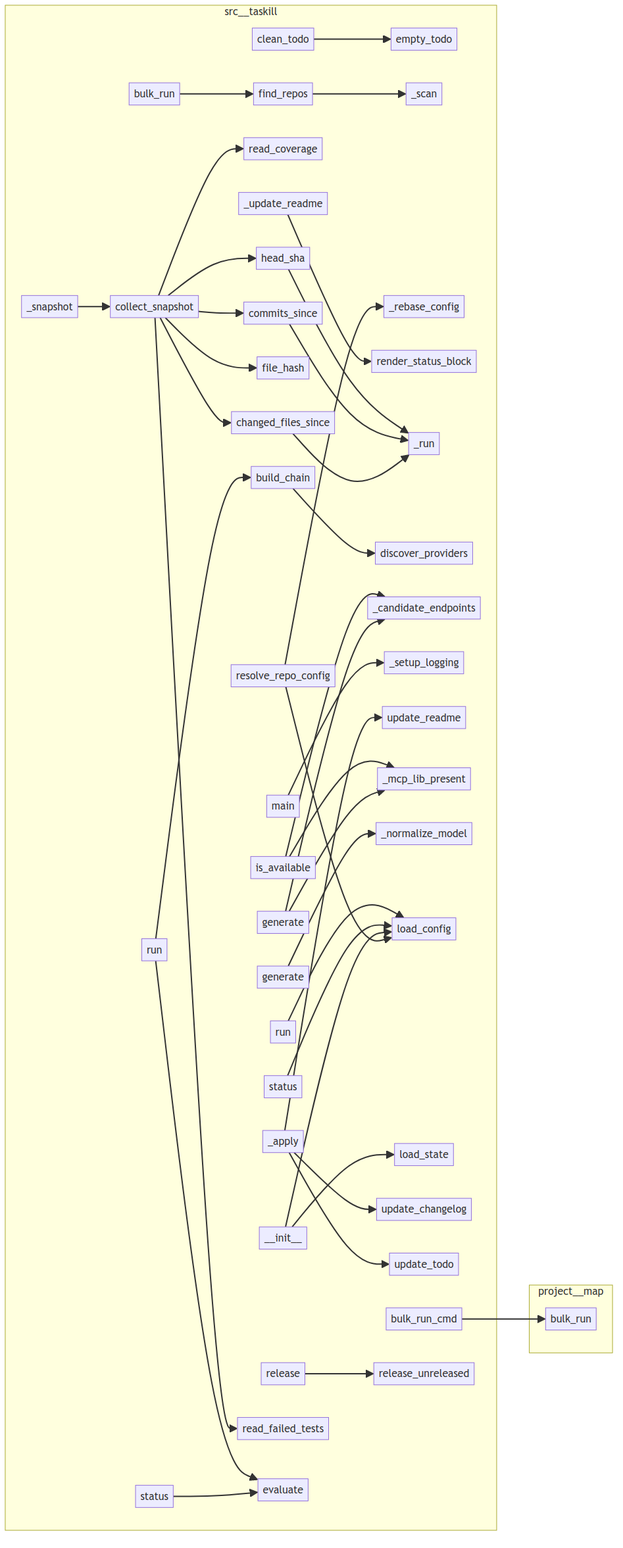
Earlier version of the Mermaid export project/calls.png (semcod/taskill). Its source is kept beside it as project/calls.mmd.
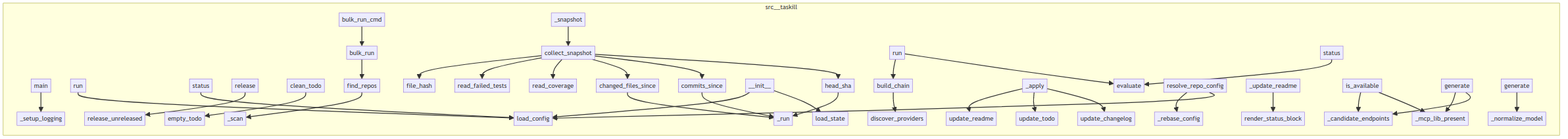
Later version of the same file.

The edit, as a diff of the source:
```diff
@@ -1,57 +1,54 @@
 flowchart LR
-    subgraph project__map
-        project__map__toon__bulk_run["bulk_run"]
-    end
     subgraph src__taskill
-        src__taskill__updaters__todo__empty_todo["empty_todo"]
+        src__taskill__updaters__todo__update_todo["update_todo"]
+        src__taskill__core__Taskill____init__["__init__"]
+        src__taskill__bulk__resolve_repo_config["resolve_repo_config"]
+        src__taskill__updaters__readme__update_readme["update_readme"]
+        src__taskill__providers__windsurf_mcp___candidate_endpoints["_candidate_endpoints"]
+        src__taskill__core__Taskill___apply["_apply"]
+        src__taskill__providers__openrouter__OpenRouterProvider__generate["generate"]
+        src__taskill__bulk__find_repos["find_repos"]
         src__taskill__bulk___scan["_scan"]
+        src__taskill__git_state__head_sha["head_sha"]
+        src__taskill__cli__clean_todo["clean_todo"]
+        src__taskill__cli__run["run"]
+        src__taskill__core__Taskill__run["run"]
+        src__taskill__providers__windsurf_mcp___mcp_lib_present["_mcp_lib_present"]
+        src__taskill__git_state___run["_run"]
+        src__taskill__updaters__readme__ReadmeUpdater___update_readme["_update_readme"]
+        src__taskill__triggers__evaluate["evaluate"]
+        src__taskill__updaters__readme__render_status_block["render_status_block"]
+        src__taskill__bulk__bulk_run["bulk_run"]
         src__taskill__cli__release["release"]
         src__taskill__bulk___rebase_config["_rebase_config"]
-        src__taskill__updaters__readme__render_status_block["render_status_block"]
-        src__taskill__bulk__resolve_repo_config["resolve_repo_config"]
+        src__taskill__updaters__changelog__update_changelog["update_changelog"]
+        src__taskill__providers__windsurf_mcp__WindsurfMcpProvider__generate["generate"]
+        src__taskill__providers__discover_providers["discover_providers"]
+        src__taskill__cli__bulk_run_cmd["bulk_run_cmd"]
+        src__taskill__cli___setup_logging["_setup_logging"]
+        src__taskill__cli__main["main"]
+        src__taskill__providers__openrouter___normalize_model["_normalize_model"]
         src__taskill__git_state__read_coverage["read_coverage"]
-        src__taskill__core__Taskill___apply["_apply"]
+        src__taskill__config__load_config["load_config"]
+        src__taskill__git_state__collect_snapshot["collect_snapshot"]
+        src__taskill__providers__build_chain["build_chain"]
+        src__taskill__git_state__changed_files_since["changed_files_since"]
         src__taskill__git_state__commits_since["commits_since"]
-        src__taskill__updaters__readme__ReadmeUpdater___update_readme["_update_readme"]
+        src__taskill__core__Taskill___snapshot["_snapshot"]
+        src__taskill__core__Taskill__status["status"]
+        src__taskill__git_state__read_failed_tests["read_failed_tests"]
         src__taskill__git_state__file_hash["file_hash"]
-        src__taskill__git_state___run["_run"]
-        src__taskill__bulk__bulk_run["bulk_run"]
-        src__taskill__providers__discover_providers["discover_providers"]
-        src__taskill__core__Taskill__status["status"]
-        src__taskill__providers__windsurf_mcp___candidate_endpoints["_candidate_endpoints"]
-        src__taskill__cli___setup_logging["_setup_logging"]
-        src__taskill__providers__windsurf_mcp__WindsurfMcpProvider__generate["generate"]
-        src__taskill__git_state__collect_snapshot["collect_snapshot"]
-        src__taskill__core__Taskill__run["run"]
+        src__taskill__state__load_state["load_state"]
+        src__taskill__updaters__todo__empty_todo["empty_todo"]
+        src__taskill__providers__windsurf_mcp__WindsurfMcpProvider__is_available["is_available"]
+        src__taskill__updaters__changelog__release_unreleased["release_unreleased"]
         src__taskill__cli__status["status"]
-        src__taskill__git_state__changed_files_since["changed_files_since"]
-        src__taskill__updaters__readme__update_readme["update_readme"]
-        src__taskill__providers__windsurf_mcp___mcp_lib_present["_mcp_lib_present"]
-        src__taskill__providers__openrouter___normalize_model["_normalize_model"]
-        src__taskill__cli__clean_todo["clean_todo"]
-        src__taskill__bulk__find_repos["find_repos"]
-        src__taskill__cli__main["main"]
-        src__taskill__providers__openrouter__OpenRouterProvider__generate["generate"]
-        src__taskill__config__load_config["load_config"]
-        src__taskill__core__Taskill____init__["__init__"]
-        src__taskill__providers__build_chain["build_chain"]
-        src__taskill__state__load_state["load_state"]
-        src__taskill__updaters__changelog__update_changelog["update_changelog"]
-        src__taskill__providers__windsurf_mcp__WindsurfMcpProvider__is_available["is_available"]
-        src__taskill__cli__run["run"]
-        src__taskill__git_state__head_sha["head_sha"]
-        src__taskill__git_state__read_failed_tests["read_failed_tests"]
-        src__taskill__triggers__evaluate["evaluate"]
-        src__taskill__updaters__todo__update_todo["update_todo"]
-        src__taskill__core__Taskill___snapshot["_snapshot"]
-        src__taskill__cli__bulk_run_cmd["bulk_run_cmd"]
-        src__taskill__updaters__changelog__release_unreleased["release_unreleased"]
     end
     src__taskill__cli__main --> src__taskill__cli___setup_logging
     src__taskill__cli__run --> src__taskill__config__load_config
     src__taskill__cli__status --> src__taskill__config__load_config
     src__taskill__cli__release --> src__taskill__updaters__changelog__release_unreleased
-    src__taskill__cli__bulk_run_cmd --> project__map__toon__bulk_run
+    src__taskill__cli__bulk_run_cmd --> src__taskill__bulk__bulk_run
     src__taskill__cli__clean_todo --> src__taskill__updaters__todo__empty_todo
     src__taskill__git_state__head_sha --> src__taskill__git_state___run
     src__taskill__git_state__commits_since --> src__taskill__git_state___run
@@ -71,6 +68,10 @@
     src__taskill__core__Taskill___apply --> src__taskill__updaters__changelog__update_changelog
     src__taskill__core__Taskill___apply --> src__taskill__updaters__todo__update_todo
     src__taskill__core__Taskill___apply --> src__taskill__updaters__readme__update_readme
+    src__taskill__bulk__find_repos --> src__taskill__bulk___scan
+    src__taskill__bulk__resolve_repo_config --> src__taskill__config__load_config
+    src__taskill__bulk__resolve_repo_config --> src__taskill__bulk___rebase_config
+    src__taskill__bulk__bulk_run --> src__taskill__bulk__find_repos
     src__taskill__updaters__readme__ReadmeUpdater___update_readme --> src__taskill__updaters__readme__render_status_block
     src__taskill__providers__windsurf_mcp__WindsurfMcpProvider__is_available --> src__taskill__providers__windsurf_mcp___mcp_lib_present
     src__taskill__providers__windsurf_mcp__WindsurfMcpProvider__is_available --> src__taskill__providers__windsurf_mcp___candidate_endpoints
@@ -78,7 +79,3 @@
     src__taskill__providers__windsurf_mcp__WindsurfMcpProvider__generate --> src__taskill__providers__windsurf_mcp___mcp_lib_present
     src__taskill__providers__openrouter__OpenRouterProvider__generate --> src__taskill__providers__openrouter___normalize_model
     src__taskill__providers__build_chain --> src__taskill__providers__discover_providers
-    src__taskill__bulk__find_repos --> src__taskill__bulk___scan
-    src__taskill__bulk__resolve_repo_config --> src__taskill__config__load_config
-    src__taskill__bulk__resolve_repo_config --> src__taskill__bulk___rebase_config
-    src__taskill__bulk__bulk_run --> src__taskill__bulk__find_repos
```
